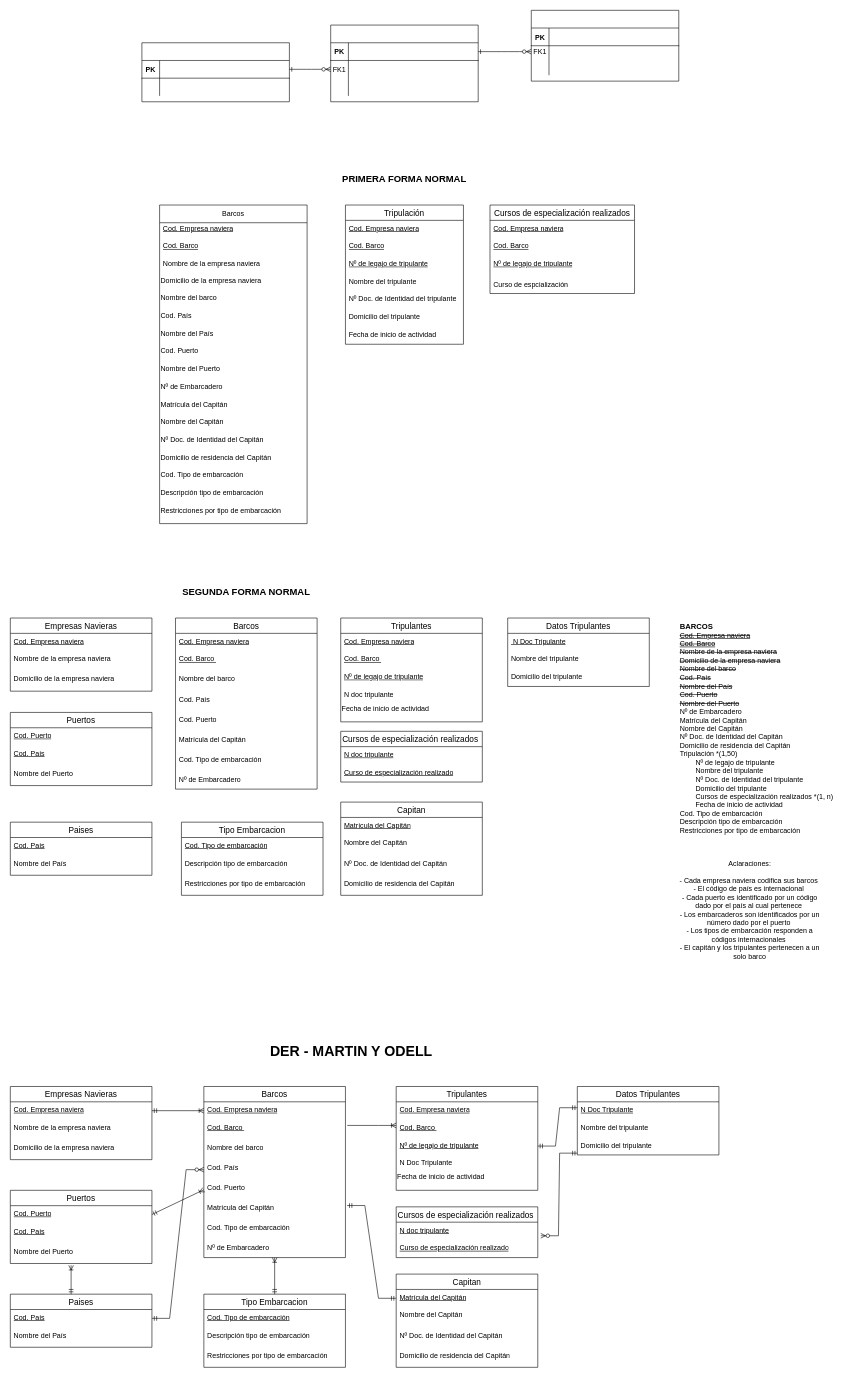
This is Diagrama-de-Entidad-de-Relaciones.drawio from Jose-AA/TP-Barcos-Dise-o-y-Administracion-de-bd-Grupo-11, a draw.io file, before an edit. Source tidied: cells renumbered, new cells numbered last; positions are measured from the earlier drawing's top-left corner, leaving out a move shared by most shapes. Both pictures are drawn from the tidied source at 59%, with x=0, y=0 at pixel (10, 10).
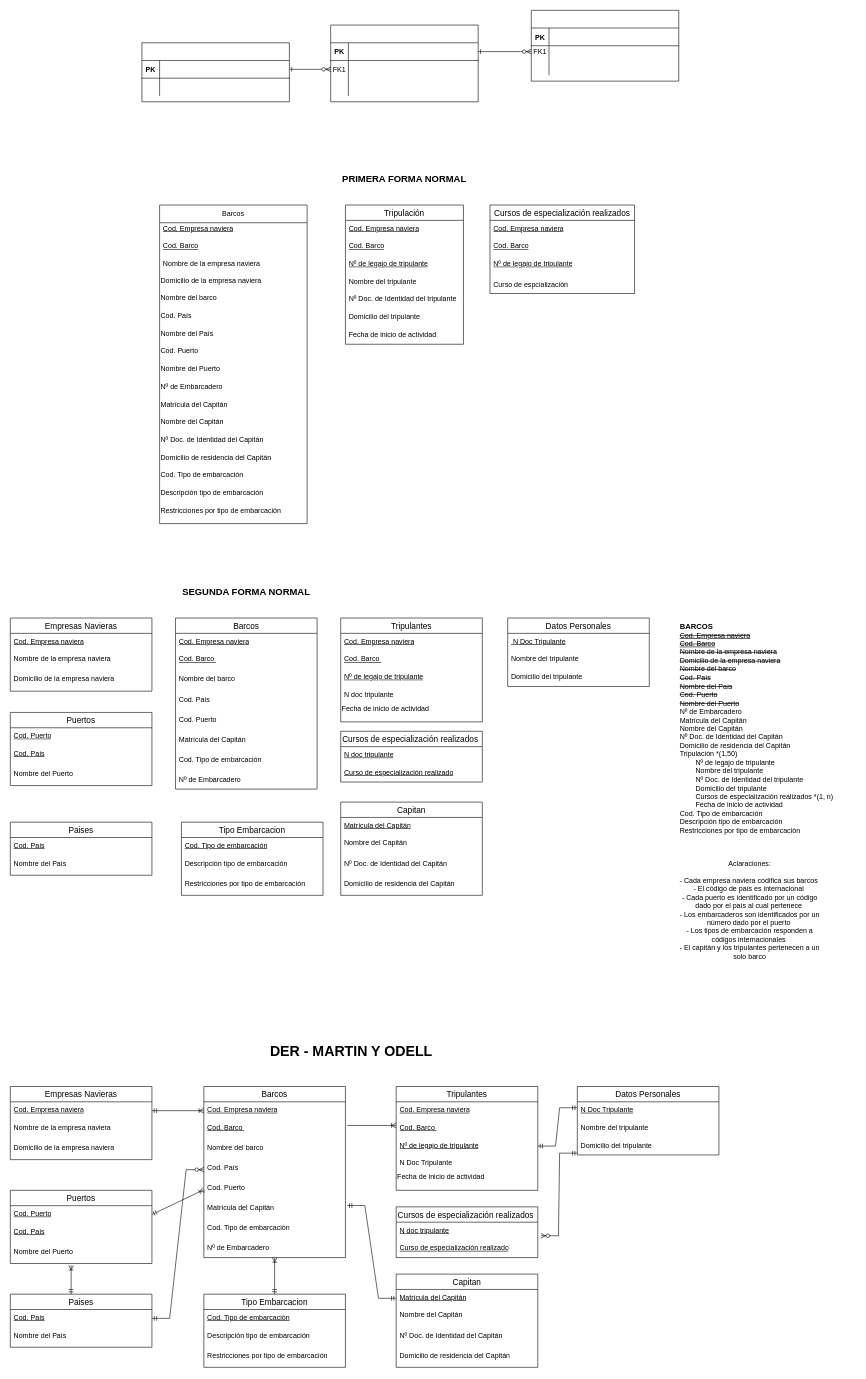
The same page after the edit.

Diff of the diagram source:
```diff
@@
-    <mxCell id="104" value="Datos Tripulantes" style="swimlane;fontStyle=0;horizontal=1;startSize=26;align=center;fontSize=14;" parent="1" vertex="1">
+    <mxCell id="104" value="Datos Personales" style="swimlane;fontStyle=0;horizontal=1;startSize=26;align=center;fontSize=14;" parent="1" vertex="1">
       <mxGeometry x="843" y="1030" width="240" height="116" as="geometry" />
     </mxCell>
@@
-    <mxCell id="147" value="Datos Tripulantes" style="swimlane;fontStyle=0;horizontal=1;startSize=26;align=center;fontSize=14;" parent="1" vertex="1">
+    <mxCell id="147" value="Datos Personales" style="swimlane;fontStyle=0;horizontal=1;startSize=26;align=center;fontSize=14;" parent="1" vertex="1">
       <mxGeometry x="961" y="1824" width="240" height="116" as="geometry" />
     </mxCell>
```
